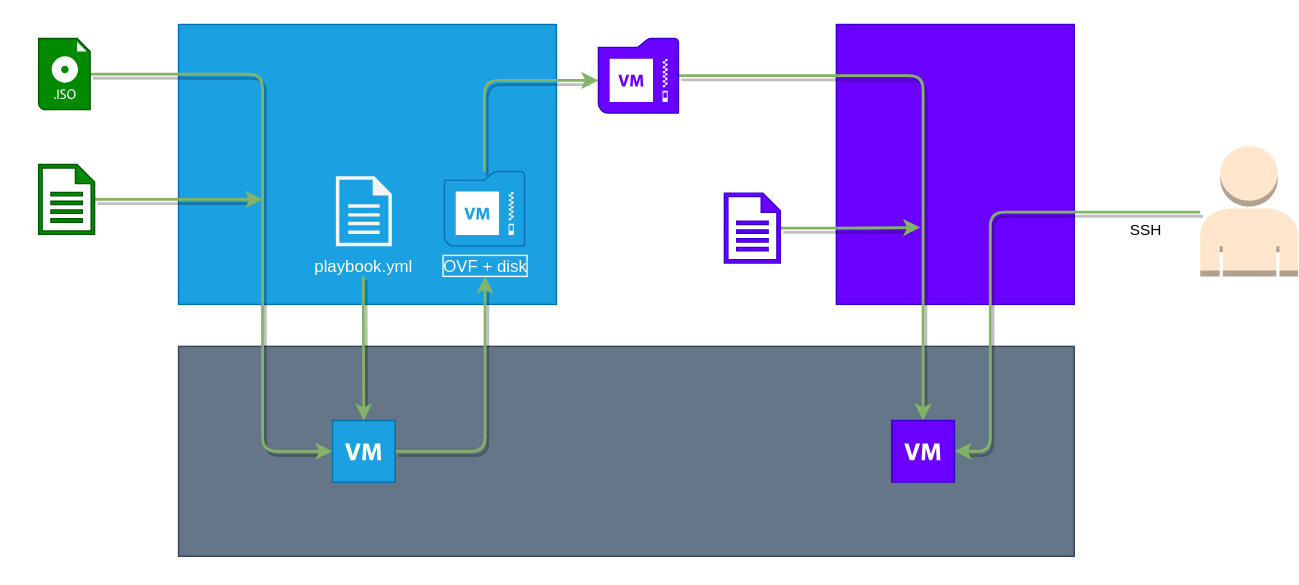
The draw.io diagram README.images/overview_diagram.drawio.svg in repping/packer-centos8stream-vagrant-basic-box, before a commit. Source tidied: cells renumbered, new cells last; positions are measured from the earlier drawing's top-left corner, leaving out a move shared by most shapes.
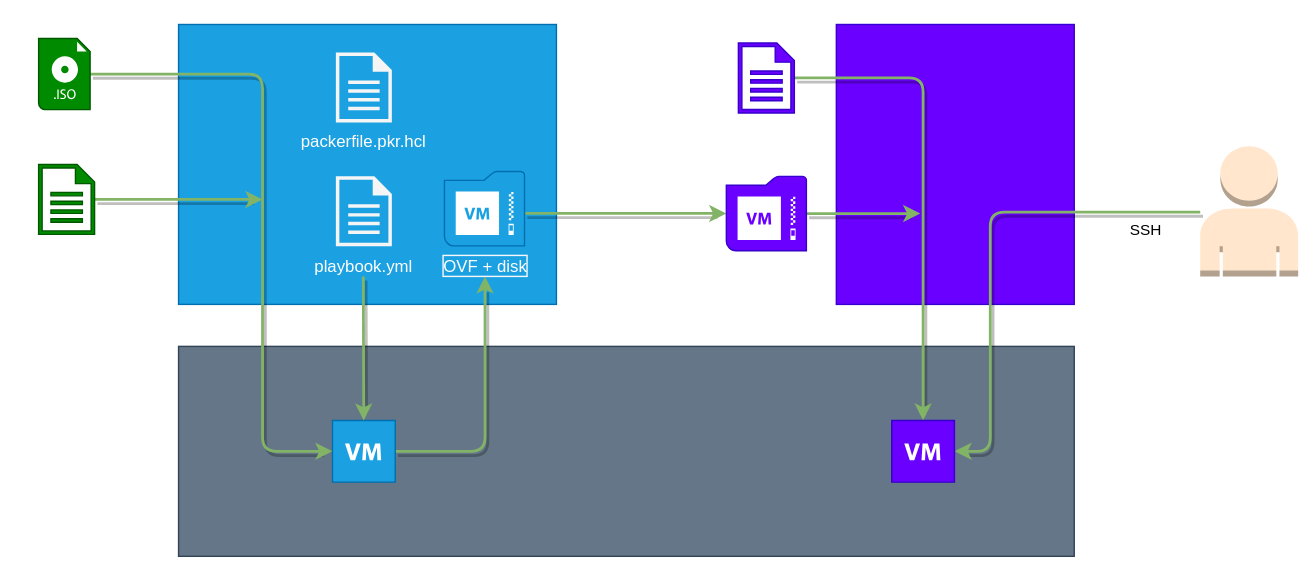
The same file after the commit.

What changed in the source:
```diff
@@ -30,15 +30,18 @@
     <mxCell id="8" style="edgeStyle=orthogonalEdgeStyle;html=1;strokeWidth=2;fillColor=#d5e8d4;strokeColor=#82b366;shadow=1;gradientColor=#97d077;" parent="1" edge="1" source="20" target="10">
       <mxGeometry relative="1" as="geometry">
         <Array as="points">
-          <mxPoint x="319" y="40" />
+          <mxPoint x="430" y="135" />
+          <mxPoint x="430" y="135" />
         </Array>
       </mxGeometry>
     </mxCell>
-    <mxCell id="9" style="edgeStyle=orthogonalEdgeStyle;html=1;strokeWidth=2;fillColor=#d5e8d4;strokeColor=#82b366;shadow=1;gradientColor=#97d077;" parent="1" edge="1" source="10" target="19">
-      <mxGeometry relative="1" as="geometry" />
-    </mxCell>
+    <mxCell id="23" style="edgeStyle=orthogonalEdgeStyle;html=1;strokeWidth=2;fillColor=#d5e8d4;strokeColor=#82b366;shadow=1;" parent="1" edge="1" source="10">
+      <mxGeometry relative="1" as="geometry">
+        <mxPoint x="630" y="135.1" as="targetPoint" />
+      </mxGeometry>
+    </mxCell>
     <mxCell id="10" value="Vagrant Box" style="shadow=0;dashed=0;html=1;strokeColor=#3700CC;fillColor=#6a00ff;labelPosition=center;verticalLabelPosition=bottom;verticalAlign=top;align=center;outlineConnect=0;shape=mxgraph.veeam.2d.vm_backup;fontColor=#ffffff;" parent="1" vertex="1">
-      <mxGeometry x="400" y="10" width="57.2" height="53.2" as="geometry" />
+      <mxGeometry x="491.4" y="108.5" width="57.2" height="53.2" as="geometry" />
     </mxCell>
     <mxCell id="11" style="shadow=0;dashed=0;html=1;strokeColor=#006EAF;fillColor=#1ba1e2;labelPosition=center;verticalLabelPosition=bottom;verticalAlign=top;align=center;outlineConnect=0;shape=mxgraph.veeam.2d.virtual_machine;fontColor=#ffffff;" parent="1" vertex="1">
       <mxGeometry x="210" y="283" width="44.8" height="44" as="geometry" />
@@ -51,13 +54,11 @@
     <mxCell id="13" value="kickstart.cfg&lt;br&gt;" style="shadow=0;dashed=0;html=1;strokeColor=#005700;labelPosition=center;verticalLabelPosition=bottom;verticalAlign=top;align=center;fillColor=#008a00;shape=mxgraph.mscae.enterprise.document;fontColor=#ffffff;" parent="1" vertex="1">
       <mxGeometry y="100" width="40" height="50" as="geometry" />
     </mxCell>
-    <mxCell id="14" style="edgeStyle=orthogonalEdgeStyle;html=1;strokeWidth=2;fillColor=#d5e8d4;strokeColor=#82b366;shadow=1;gradientColor=#97d077;" parent="1" edge="1" source="15">
-      <mxGeometry relative="1" as="geometry">
-        <mxPoint x="630" y="145" as="targetPoint" />
-      </mxGeometry>
-    </mxCell>
+    <mxCell id="24" style="edgeStyle=orthogonalEdgeStyle;html=1;fillColor=#d5e8d4;strokeColor=#82b366;strokeWidth=2;shadow=1;" parent="1" edge="1" source="15" target="19">
+      <mxGeometry relative="1" as="geometry" />
+    </mxCell>
     <mxCell id="15" value="Vagrantfile" style="shadow=0;dashed=0;html=1;strokeColor=#3700CC;labelPosition=center;verticalLabelPosition=bottom;verticalAlign=top;align=center;fillColor=#6a00ff;shape=mxgraph.mscae.enterprise.document;fontColor=#ffffff;" parent="1" vertex="1">
-      <mxGeometry x="490" y="120.5" width="40" height="50" as="geometry" />
+      <mxGeometry x="500" y="13.2" width="40" height="50" as="geometry" />
     </mxCell>
     <mxCell id="16" style="outlineConnect=0;dashed=0;verticalLabelPosition=bottom;verticalAlign=top;align=center;html=1;shape=mxgraph.aws3.user;fillColor=#ffe6cc;strokeColor=#d79b00;" parent="1" vertex="1">
       <mxGeometry x="830" y="87" width="70" height="93" as="geometry" />
@@ -89,5 +90,8 @@
     <mxCell id="22" value="playbook.yml" style="shadow=0;dashed=0;html=1;labelPosition=center;verticalLabelPosition=bottom;verticalAlign=top;align=center;fillColor=#f5f5f5;shape=mxgraph.mscae.enterprise.document;fontStyle=0;fontColor=#FFFFFF;labelBorderColor=none;strokeColor=none;" parent="1" vertex="1">
       <mxGeometry x="212.4" y="108.5" width="40" height="50" as="geometry" />
     </mxCell>
+    <mxCell id="25" value="packerfile.pkr.hcl" style="shadow=0;dashed=0;html=1;labelPosition=center;verticalLabelPosition=bottom;verticalAlign=top;align=center;fillColor=#f5f5f5;shape=mxgraph.mscae.enterprise.document;fontStyle=0;fontColor=#FFFFFF;labelBorderColor=none;strokeColor=none;" parent="1" vertex="1">
+      <mxGeometry x="212.4" y="20" width="40" height="50" as="geometry" />
+    </mxCell>
   </root>
 </mxGraphModel>
```
